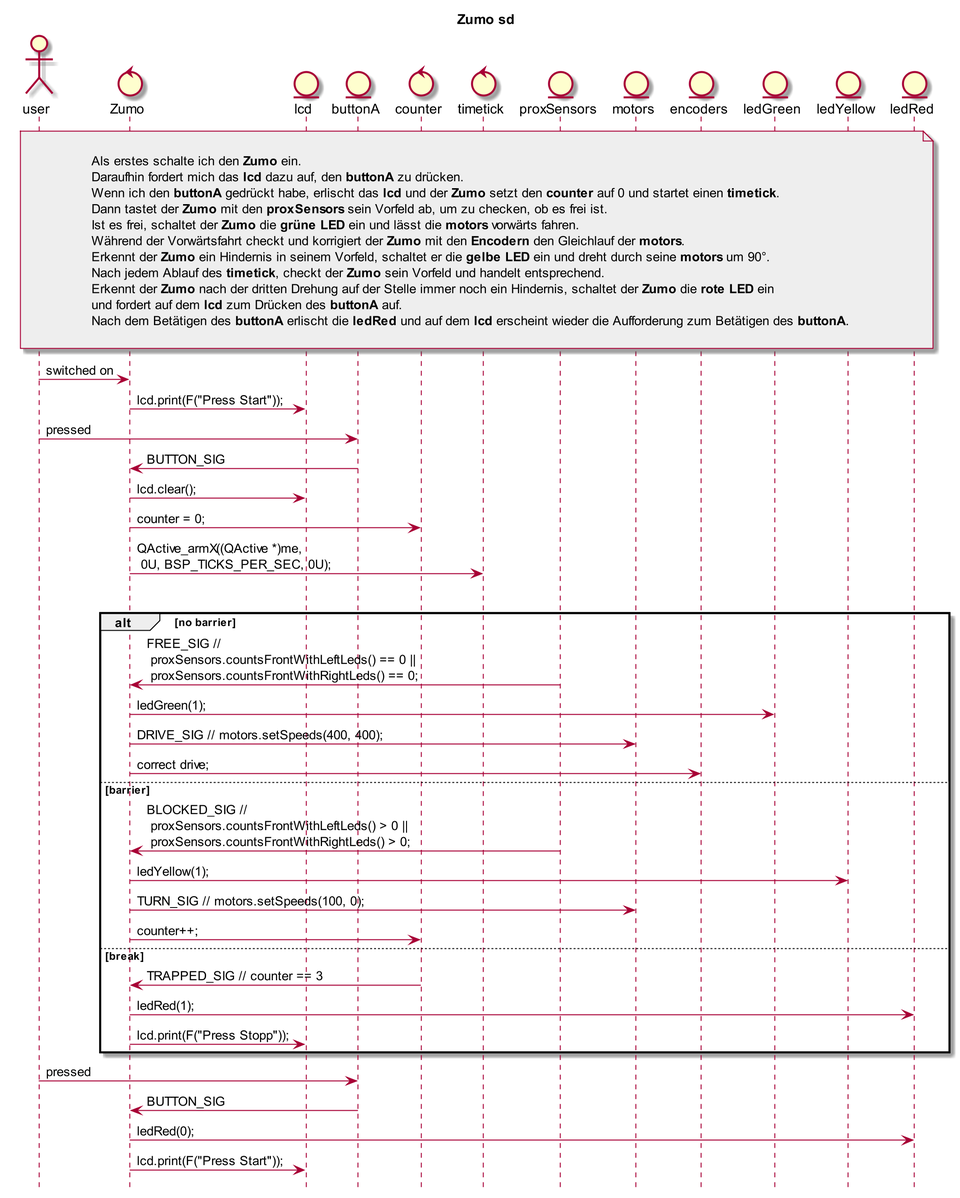
Above: Zumo/Zumo_SD.png in orje/Zumo_QM_QPnano (PlantUML), before the change.
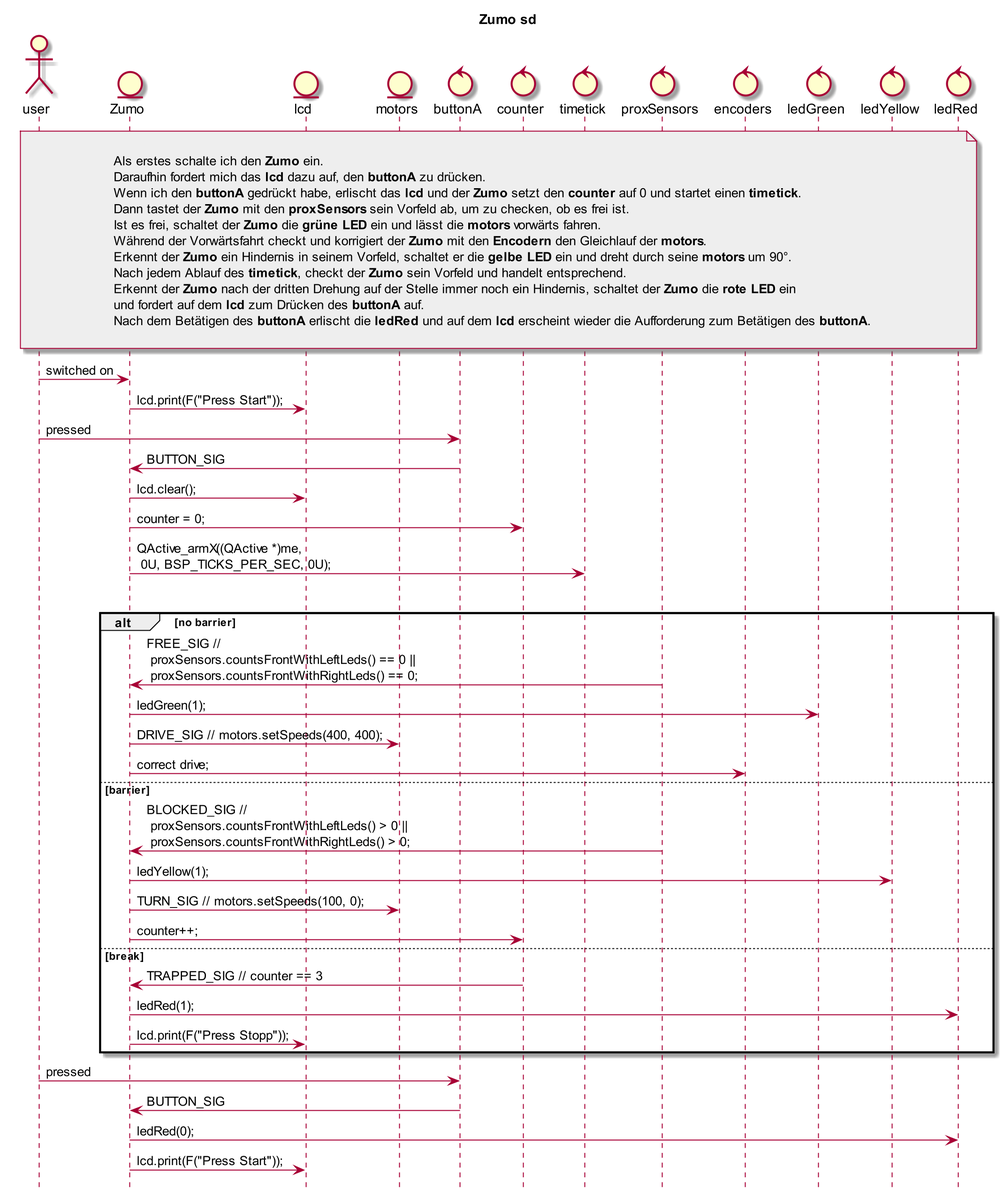
After the change.

The edit, as a diff of the source:
```diff
@@ -8,17 +8,17 @@
 
 
 actor user
-control Zumo
+entity Zumo
 entity lcd
-entity buttonA
+entity motors
+control buttonA
 control counter
 control timetick
-entity proxSensors
-entity motors
-entity encoders
-entity ledGreen
-entity ledYellow
-entity ledRed
+control proxSensors
+control encoders
+control ledGreen
+control ledYellow
+control ledRed
 
 
 note over ledRed, user #EEEEEE
```
